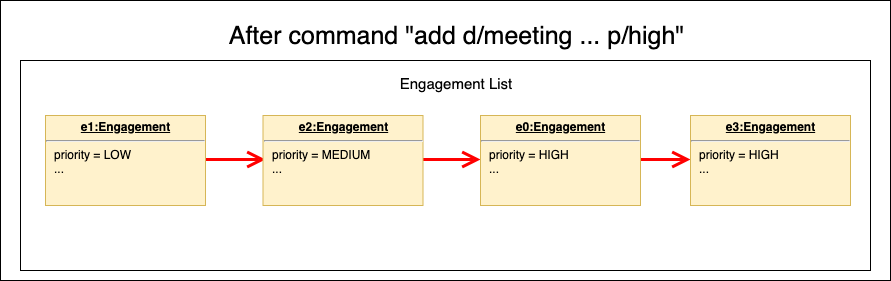
Earlier version of the draw.io export images/SortListState2.png (AY1920S1-CS2103T-F14-3/main). Source tidied: cells renumbered, new cells last; positions are measured from the earlier drawing's top-left corner, leaving out a move shared by most shapes.
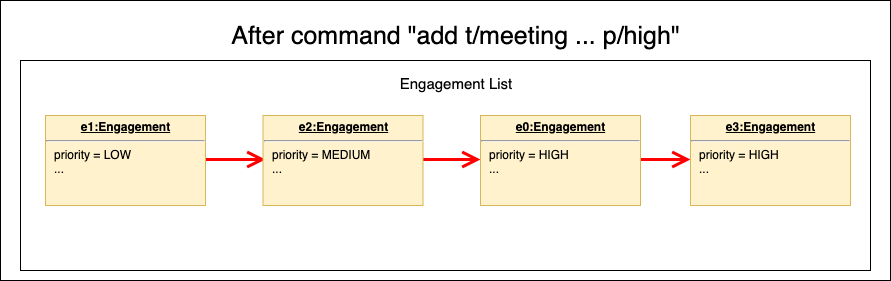
Above is the later version.

Diff of the diagram source:
```diff
@@ -8,7 +8,7 @@
     <mxCell id="3" style="rounded=0;whiteSpace=wrap;html=1;" parent="1" vertex="1">
       <mxGeometry x="20" y="60" width="850" height="210" as="geometry" />
     </mxCell>
-    <mxCell id="4" value="&lt;font style=&quot;font-size: 25px&quot;&gt;After command &quot;add d/meeting ... p/high&quot;&lt;/font&gt;" style="text;html=1;strokeColor=none;fillColor=none;align=center;verticalAlign=middle;whiteSpace=wrap;rounded=0;" parent="1" vertex="1">
+    <mxCell id="4" value="&lt;font style=&quot;font-size: 25px&quot;&gt;After command &quot;add t/meeting ... p/high&quot;&lt;/font&gt;" style="text;html=1;strokeColor=none;fillColor=none;align=center;verticalAlign=middle;whiteSpace=wrap;rounded=0;" parent="1" vertex="1">
       <mxGeometry x="114.5" y="20" width="681" height="30" as="geometry" />
     </mxCell>
     <mxCell id="5" style="endArrow=open;endFill=1;endSize=12;html=1;strokeColor=#FF0000;strokeWidth=3;" parent="1" edge="1">
```
